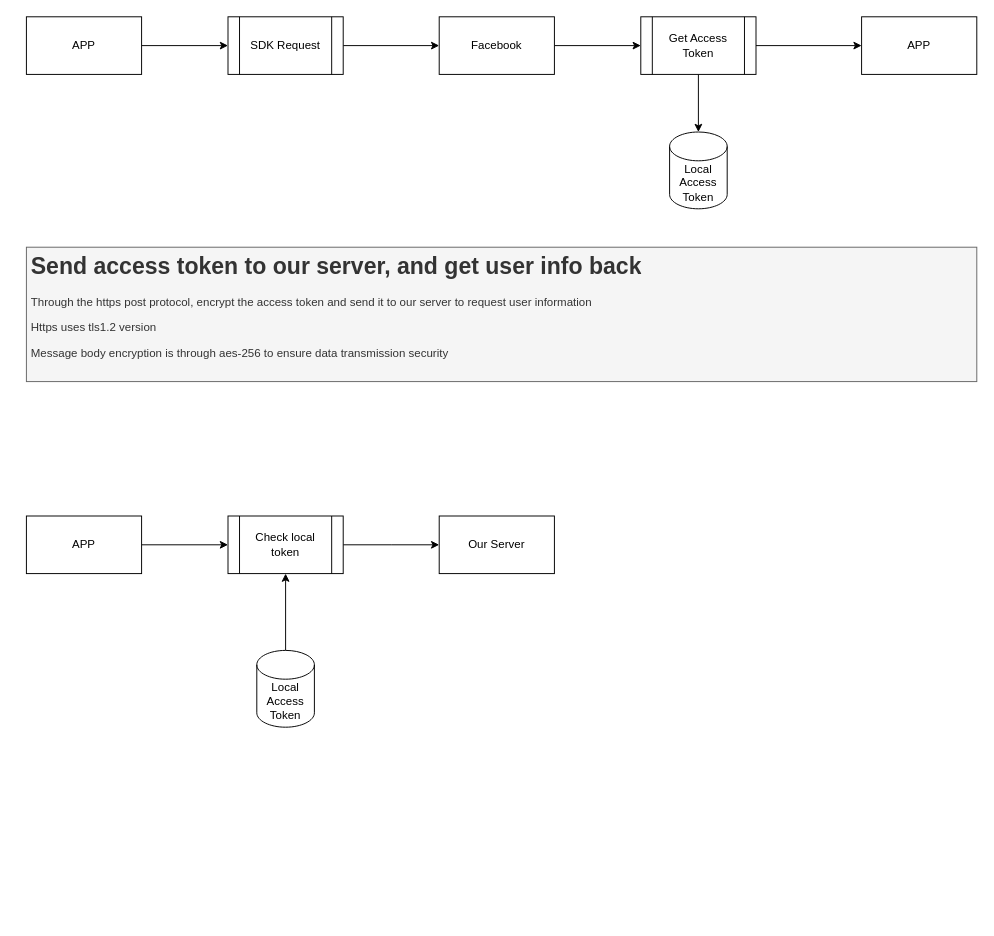
Before: page "第 1 页" (1 of 3) of fb1.drawio in cjinle/draw.io, a draw.io diagram. Source tidied: cells renumbered, new cells numbered last; positions are measured from the earlier drawing's top-left corner, leaving out a move shared by most shapes. Both pictures are drawn from the tidied source at 96%, with x=0, y=0 at pixel (26, 16).
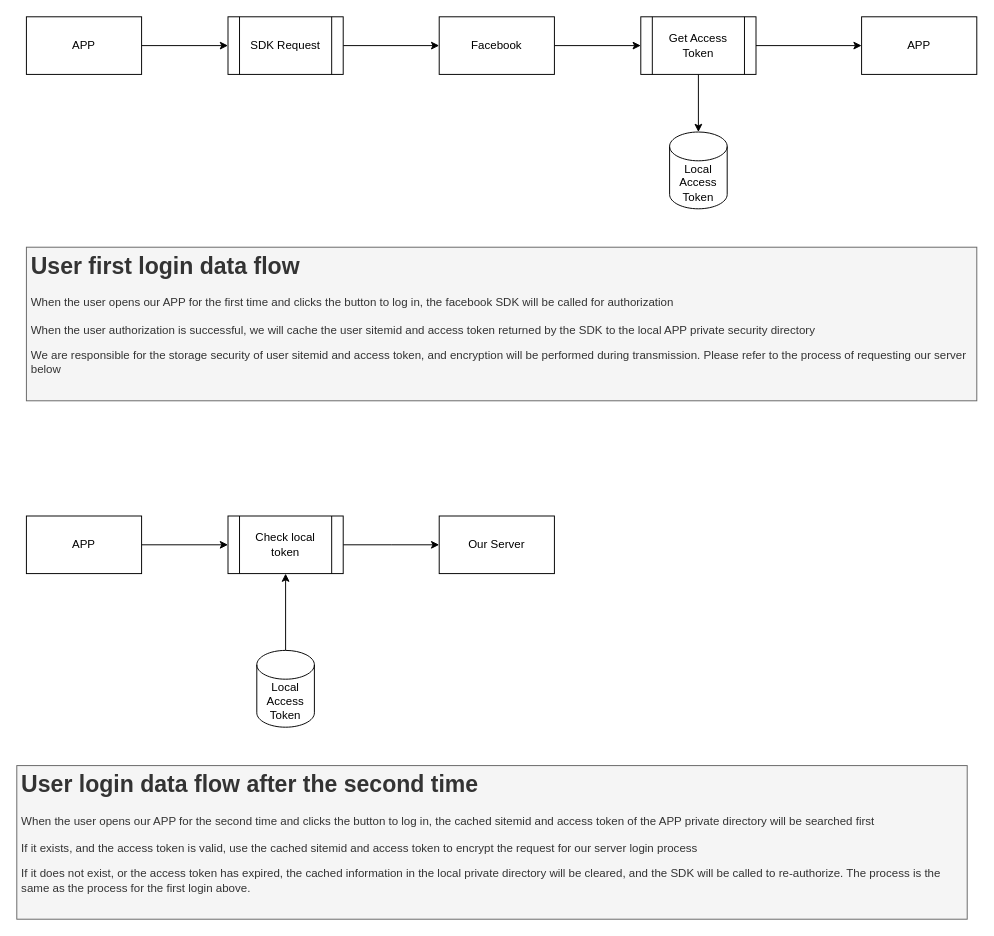
The same diagram, later.

What changed in the source:
```diff
@@
-    <mxCell id="20" value="&lt;h1&gt;Send access token to our server, and get user info back&lt;/h1&gt;&lt;p&gt;Through the https post protocol, encrypt the access token and send it to our server to request user information&lt;br&gt;&lt;/p&gt;&lt;p&gt;Https uses tls1.2 version&lt;br&gt;&lt;/p&gt;&lt;p&gt;Message body encryption is through aes-256 to ensure data transmission security&lt;br&gt;&lt;/p&gt;" style="text;html=1;strokeColor=#666666;fillColor=#f5f5f5;spacing=5;spacingTop=-20;whiteSpace=wrap;overflow=hidden;rounded=0;fontColor=#333333;" parent="1" vertex="1">
-      <mxGeometry y="240" width="990" height="140" as="geometry" />
+    <mxCell id="20" value="&lt;h1&gt;User first login data flow&lt;br&gt;&lt;/h1&gt;When the user opens our APP for the first time and clicks the button to log in, the facebook SDK will be called for authorization&lt;br&gt;&lt;br&gt;When the user authorization is successful, we will cache the user sitemid and access token returned by the SDK to the local APP private security directory&lt;p&gt;We are responsible for the storage security of user sitemid and access token, and encryption will be performed during transmission. Please refer to the process of requesting our server below&lt;br&gt;&lt;/p&gt;" style="text;html=1;strokeColor=#666666;fillColor=#f5f5f5;spacing=5;spacingTop=-20;whiteSpace=wrap;overflow=hidden;rounded=0;fontColor=#333333;" parent="1" vertex="1">
+      <mxGeometry y="240" width="990" height="160" as="geometry" />
     </mxCell>
+    <mxCell id="21" value="&lt;h1&gt;User login data flow after the second time&lt;br&gt;&lt;/h1&gt;When the user opens our APP for the second time and clicks the button to log in, the cached sitemid and access token of the APP private directory will be searched first&lt;br&gt;&lt;br&gt;If it exists, and the access token is valid, use the cached sitemid and access token to encrypt the request for our server login process&lt;p&gt;If it does not exist, or the access token has expired, the cached information in the local private directory will be cleared, and the SDK will be called to re-authorize. The process is the same as the process for the first login above.&lt;br&gt;&lt;/p&gt;" style="text;html=1;strokeColor=#666666;fillColor=#f5f5f5;spacing=5;spacingTop=-20;whiteSpace=wrap;overflow=hidden;rounded=0;fontColor=#333333;" parent="1" vertex="1">
+      <mxGeometry x="-10" y="780" width="990" height="160" as="geometry" />
+    </mxCell>
```
